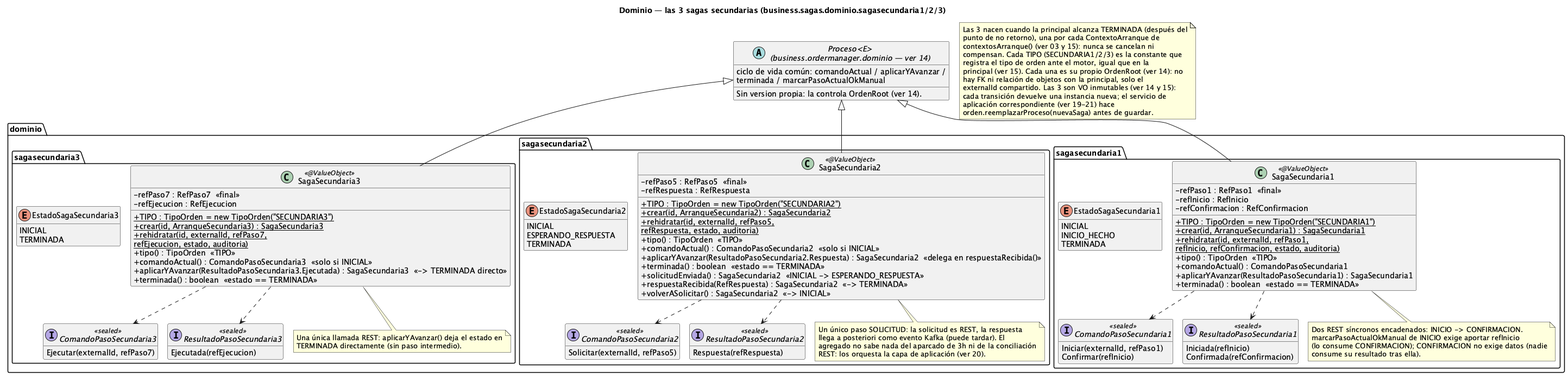
Before: order-manager/docs/16-clases-dominio-sagas-secundarias.png, a diagram exported from PlantUML (ralcazar/patrones).
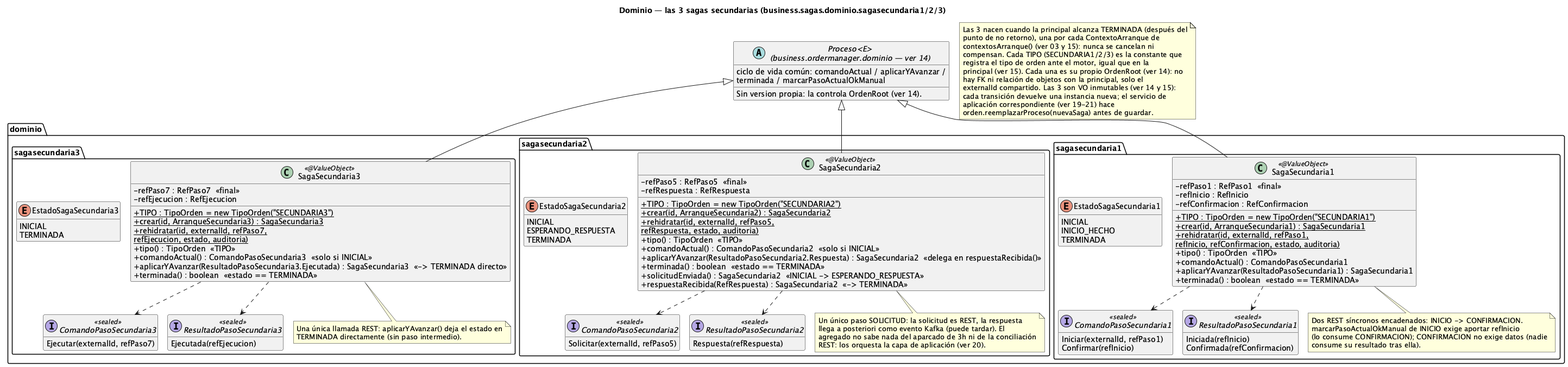
Later version of the same file.

The edit, as a diff of the source:
```diff
@@ -57,7 +57,6 @@
     +terminada() : boolean  «estado == TERMINADA»
     +solicitudEnviada() : SagaSecundaria2  «INICIAL -> ESPERANDO_RESPUESTA»
     +respuestaRecibida(RefRespuesta) : SagaSecundaria2  «-> TERMINADA»
-    +volverASolicitar() : SagaSecundaria2  «-> INICIAL»
   }
   enum EstadoSagaSecundaria2 {
     INICIAL
```
